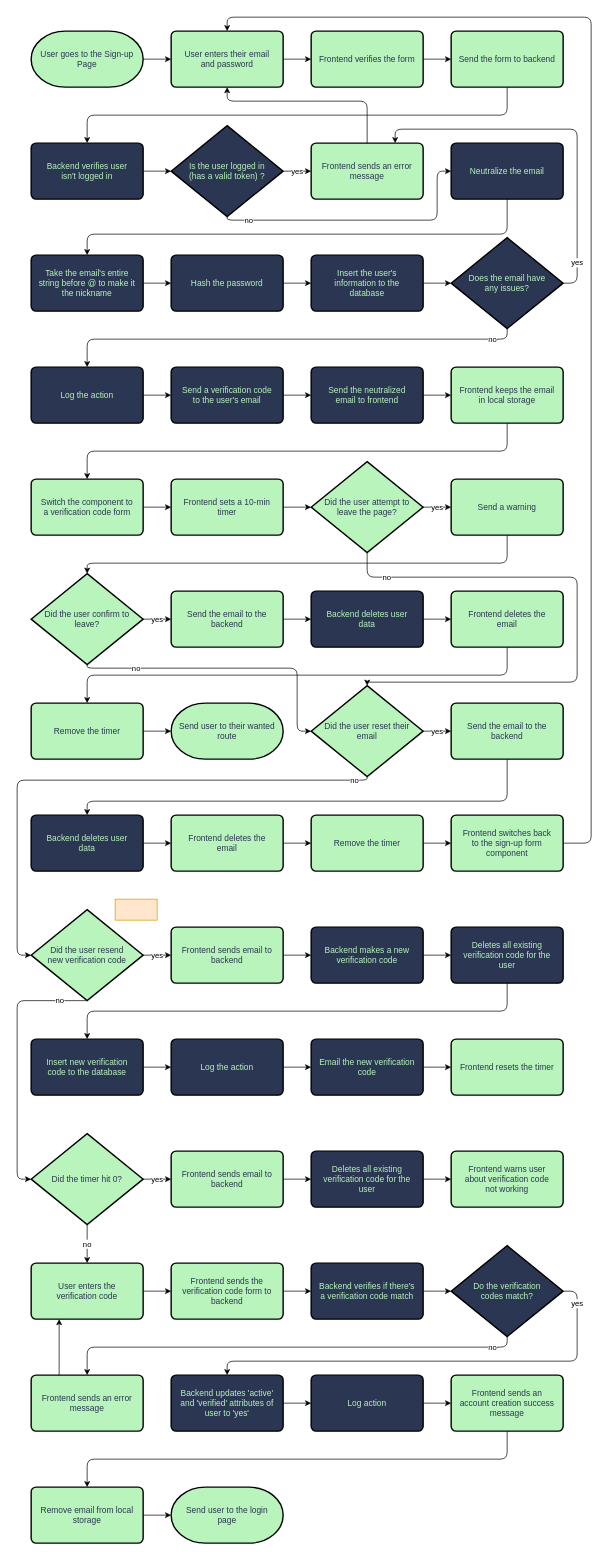
teruteruOuO/NoteStrip keeps this draw.io diagram as page "Signup" (2 of 3) of documents/Flowcharts/Flowcharts.drawio. Above is the earlier version. Source tidied: cells renumbered, new cells numbered last; positions are measured from the earlier drawing's top-left corner, leaving out a move shared by most shapes. Both pictures are drawn from the tidied source at 70%, with x=0, y=0 at pixel (17, 17).
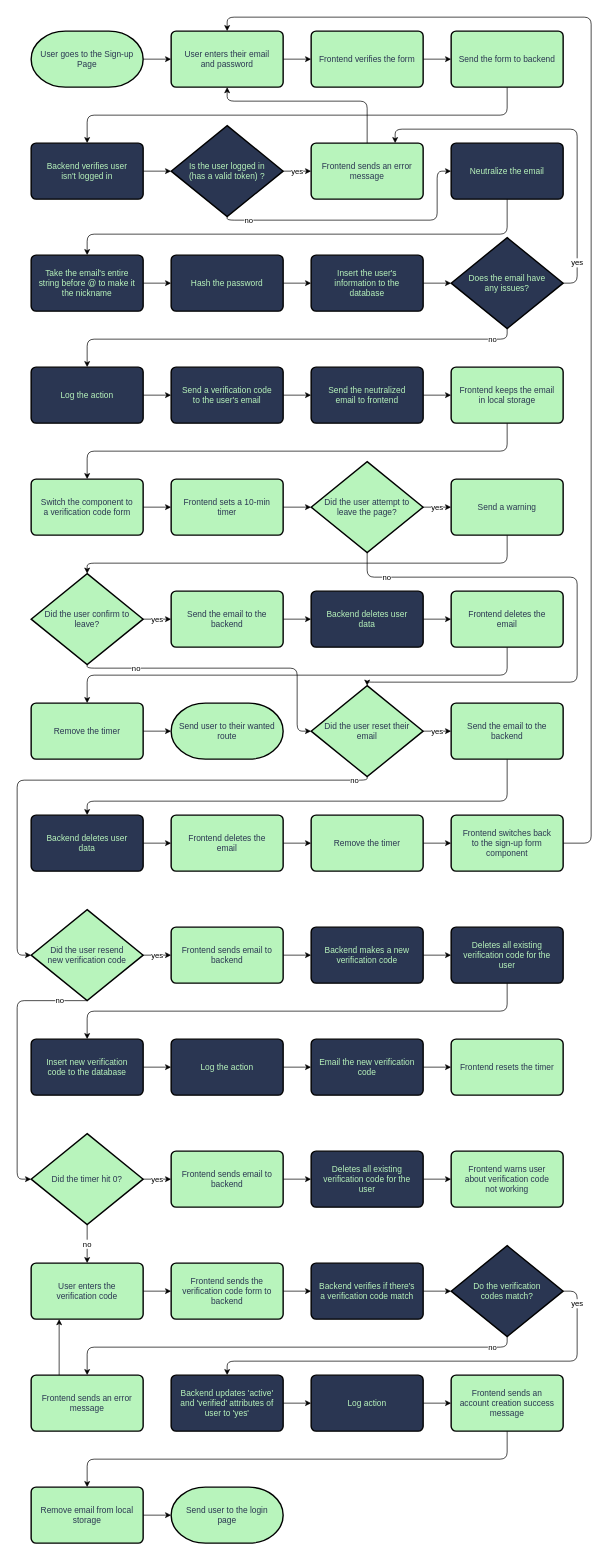
After the change.

Change to the diagram source:
```diff
@@
-    <mxCell id="114" style="rounded=0;whiteSpace=wrap;html=1;fillColor=#ffe6cc;strokeColor=#d79b00;" parent="1" vertex="1">
-      <mxGeometry x="140" y="1260" width="60" height="30" as="geometry" />
-    </mxCell>
```
